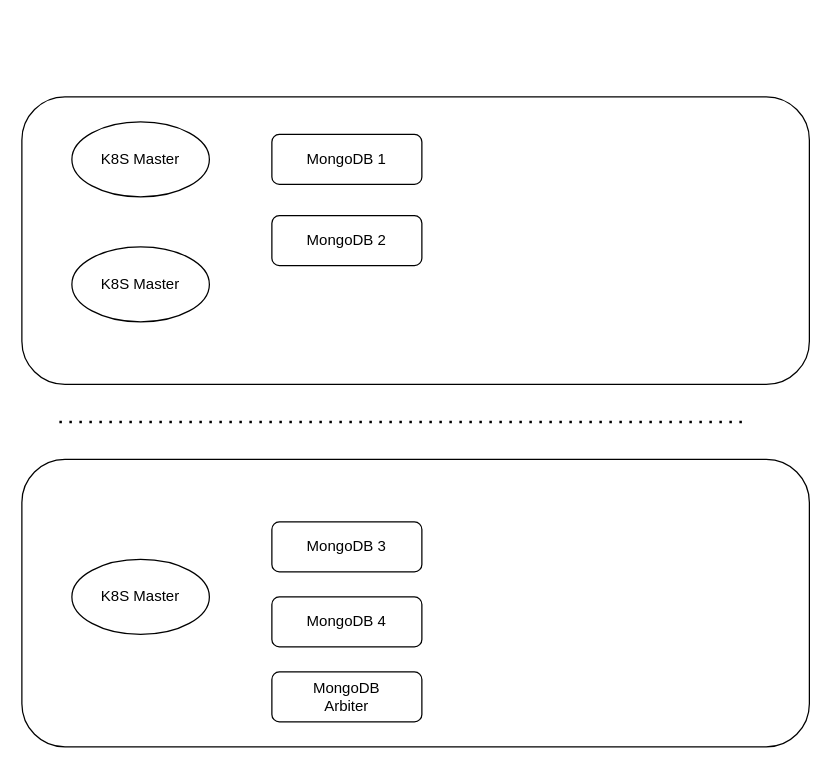
Before: page "Trang-1" (1 of 3) of trien khai mano ocs 100M.drawio in hiep1097/drawio, a draw.io diagram. Source tidied: cells renumbered, new cells numbered last; positions are measured from the earlier drawing's top-left corner, leaving out a move shared by most shapes. Both pictures are drawn from the tidied source at 125%, with x=0, y=0 at pixel (21, 96).
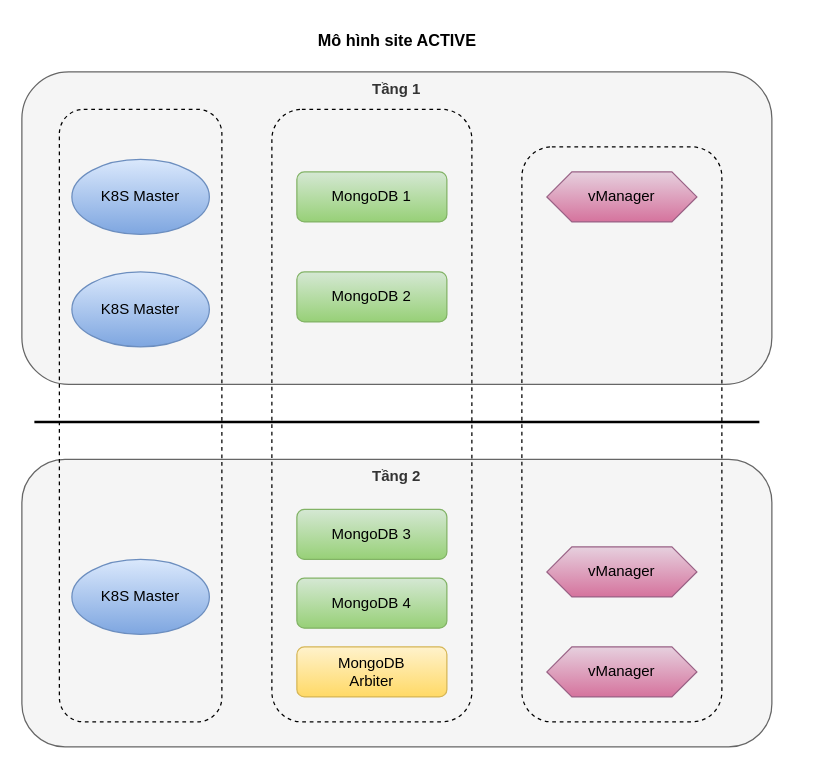
Above is the later version.

Commit message (it also covers changes not shown here):
Cập nhật trien khai mano ocs 100M.drawio

The edit, as a diff of the source:
```diff
@@
+    <mxCell id="3" value="Tầng 2" style="rounded=1;whiteSpace=wrap;html=1;verticalAlign=top;fontStyle=1;fillColor=#f5f5f5;fontColor=#333333;strokeColor=#666666;" parent="1" vertex="1">
+      <mxGeometry y="290" width="600" height="230" as="geometry" />
+    </mxCell>
-    <mxCell id="2" style="rounded=1;whiteSpace=wrap;html=1;" parent="1" vertex="1">
-      <mxGeometry width="630" height="230" as="geometry" />
+    <mxCell id="2" value="Tầng 1" style="rounded=1;whiteSpace=wrap;html=1;verticalAlign=top;fontStyle=1;fillColor=#f5f5f5;fontColor=#333333;strokeColor=#666666;" parent="1" vertex="1">
+      <mxGeometry y="-20" width="600" height="250" as="geometry" />
     </mxCell>
-    <mxCell id="3" style="rounded=1;whiteSpace=wrap;html=1;" parent="1" vertex="1">
-      <mxGeometry y="290" width="630" height="230" as="geometry" />
-    </mxCell>
+    <mxCell id="13" style="rounded=1;whiteSpace=wrap;html=1;fontColor=default;labelBackgroundColor=none;fillColor=none;dashed=1;" parent="1" vertex="1">
+      <mxGeometry x="30" y="10" width="130" height="490" as="geometry" />
+    </mxCell>
+    <mxCell id="14" style="rounded=1;whiteSpace=wrap;html=1;fontColor=default;labelBackgroundColor=none;fillColor=none;dashed=1;" parent="1" vertex="1">
+      <mxGeometry x="400" y="40" width="160" height="460" as="geometry" />
+    </mxCell>
+    <mxCell id="15" style="rounded=1;whiteSpace=wrap;html=1;fontColor=default;labelBackgroundColor=none;fillColor=none;dashed=1;" parent="1" vertex="1">
+      <mxGeometry x="200" y="10" width="160" height="490" as="geometry" />
+    </mxCell>
-    <mxCell id="4" style="endArrow=none;dashed=1;html=1;dashPattern=1 3;strokeWidth=2;rounded=0;" parent="1" edge="1">
+    <mxCell id="4" style="endArrow=none;html=1;strokeWidth=2;rounded=0;" parent="1" edge="1">
       <mxGeometry relative="1" as="geometry">
-        <mxPoint x="30" y="260" as="sourcePoint" />
-        <mxPoint x="580" y="260" as="targetPoint" />
+        <mxPoint x="10" y="260" as="sourcePoint" />
+        <mxPoint x="590" y="260" as="targetPoint" />
       </mxGeometry>
     </mxCell>
-    <mxCell id="5" value="K8S Master" style="ellipse;whiteSpace=wrap;html=1;" parent="1" vertex="1">
-      <mxGeometry x="40" y="20" width="110" height="60" as="geometry" />
+    <mxCell id="5" value="K8S Master" style="ellipse;whiteSpace=wrap;html=1;fillColor=#dae8fc;strokeColor=#6c8ebf;gradientColor=#7ea6e0;" parent="1" vertex="1">
+      <mxGeometry x="40" y="50" width="110" height="60" as="geometry" />
     </mxCell>
-    <mxCell id="6" value="K8S Master" style="ellipse;whiteSpace=wrap;html=1;" parent="1" vertex="1">
-      <mxGeometry x="40" y="120" width="110" height="60" as="geometry" />
+    <mxCell id="6" value="K8S Master" style="ellipse;whiteSpace=wrap;html=1;fillColor=#dae8fc;strokeColor=#6c8ebf;gradientColor=#7ea6e0;" parent="1" vertex="1">
+      <mxGeometry x="40" y="140" width="110" height="60" as="geometry" />
     </mxCell>
-    <mxCell id="7" value="K8S Master" style="ellipse;whiteSpace=wrap;html=1;" parent="1" vertex="1">
+    <mxCell id="7" value="K8S Master" style="ellipse;whiteSpace=wrap;html=1;fillColor=#dae8fc;strokeColor=#6c8ebf;gradientColor=#7ea6e0;" parent="1" vertex="1">
       <mxGeometry x="40" y="370" width="110" height="60" as="geometry" />
     </mxCell>
-    <mxCell id="8" value="MongoDB&lt;span style=&quot;background-color: initial;&quot;&gt;&amp;nbsp;3&lt;/span&gt;" style="rounded=1;whiteSpace=wrap;html=1;" parent="1" vertex="1">
-      <mxGeometry x="200" y="340" width="120" height="40" as="geometry" />
+    <mxCell id="8" value="MongoDB&lt;span style=&quot;background-color: initial;&quot;&gt;&amp;nbsp;3&lt;/span&gt;" style="rounded=1;whiteSpace=wrap;html=1;fillColor=#d5e8d4;strokeColor=#82b366;gradientColor=#97d077;" parent="1" vertex="1">
+      <mxGeometry x="220" y="330" width="120" height="40" as="geometry" />
     </mxCell>
-    <mxCell id="9" value="MongoDB&lt;span style=&quot;background-color: initial;&quot;&gt;&amp;nbsp;4&lt;/span&gt;" style="rounded=1;whiteSpace=wrap;html=1;" parent="1" vertex="1">
-      <mxGeometry x="200" y="400" width="120" height="40" as="geometry" />
+    <mxCell id="9" value="MongoDB&lt;span style=&quot;background-color: initial;&quot;&gt;&amp;nbsp;4&lt;/span&gt;" style="rounded=1;whiteSpace=wrap;html=1;fillColor=#d5e8d4;strokeColor=#82b366;gradientColor=#97d077;" parent="1" vertex="1">
+      <mxGeometry x="220" y="385" width="120" height="40" as="geometry" />
     </mxCell>
-    <mxCell id="10" value="MongoDB&lt;span style=&quot;background-color: initial;&quot;&gt;&amp;nbsp;1&lt;/span&gt;" style="rounded=1;whiteSpace=wrap;html=1;" parent="1" vertex="1">
-      <mxGeometry x="200" y="30" width="120" height="40" as="geometry" />
+    <mxCell id="10" value="MongoDB&lt;span style=&quot;background-color: initial;&quot;&gt;&amp;nbsp;1&lt;/span&gt;" style="rounded=1;whiteSpace=wrap;html=1;fillColor=#d5e8d4;strokeColor=#82b366;gradientColor=#97d077;" parent="1" vertex="1">
+      <mxGeometry x="220" y="60" width="120" height="40" as="geometry" />
     </mxCell>
-    <mxCell id="11" value="MongoDB&lt;span style=&quot;background-color: initial;&quot;&gt;&amp;nbsp;2&lt;/span&gt;" style="rounded=1;whiteSpace=wrap;html=1;" parent="1" vertex="1">
-      <mxGeometry x="200" y="95" width="120" height="40" as="geometry" />
+    <mxCell id="11" value="MongoDB&lt;span style=&quot;background-color: initial;&quot;&gt;&amp;nbsp;2&lt;/span&gt;" style="rounded=1;whiteSpace=wrap;html=1;fillColor=#d5e8d4;strokeColor=#82b366;gradientColor=#97d077;" parent="1" vertex="1">
+      <mxGeometry x="220" y="140" width="120" height="40" as="geometry" />
     </mxCell>
-    <mxCell id="12" value="MongoDB&lt;div&gt;Arbiter&lt;/div&gt;" style="rounded=1;whiteSpace=wrap;html=1;" parent="1" vertex="1">
-      <mxGeometry x="200" y="460" width="120" height="40" as="geometry" />
+    <mxCell id="12" value="MongoDB&lt;div&gt;Arbiter&lt;/div&gt;" style="rounded=1;whiteSpace=wrap;html=1;fillColor=#fff2cc;strokeColor=#d6b656;gradientColor=#ffd966;" parent="1" vertex="1">
+      <mxGeometry x="220" y="440" width="120" height="40" as="geometry" />
     </mxCell>
+    <mxCell id="16" value="vManager" style="shape=hexagon;perimeter=hexagonPerimeter2;whiteSpace=wrap;html=1;fixedSize=1;fillColor=#e6d0de;strokeColor=#996185;gradientColor=#d5739d;" parent="1" vertex="1">
+      <mxGeometry x="420" y="60" width="120" height="40" as="geometry" />
+    </mxCell>
+    <mxCell id="17" value="vManager" style="shape=hexagon;perimeter=hexagonPerimeter2;whiteSpace=wrap;html=1;fixedSize=1;fillColor=#e6d0de;strokeColor=#996185;gradientColor=#d5739d;" parent="1" vertex="1">
+      <mxGeometry x="420" y="360" width="120" height="40" as="geometry" />
+    </mxCell>
+    <mxCell id="18" value="vManager" style="shape=hexagon;perimeter=hexagonPerimeter2;whiteSpace=wrap;html=1;fixedSize=1;fillColor=#e6d0de;strokeColor=#996185;gradientColor=#d5739d;" parent="1" vertex="1">
+      <mxGeometry x="420" y="440" width="120" height="40" as="geometry" />
+    </mxCell>
+    <mxCell id="19" value="Mô hình site ACTIVE" style="text;html=1;align=center;verticalAlign=middle;strokeColor=none;fillColor=none;fontFamily=Helvetica;fontSize=13;fontColor=default;labelBackgroundColor=default;fontStyle=1;" parent="1" vertex="1">
+      <mxGeometry x="230" y="-60" width="140" height="30" as="geometry" />
+    </mxCell>
```
